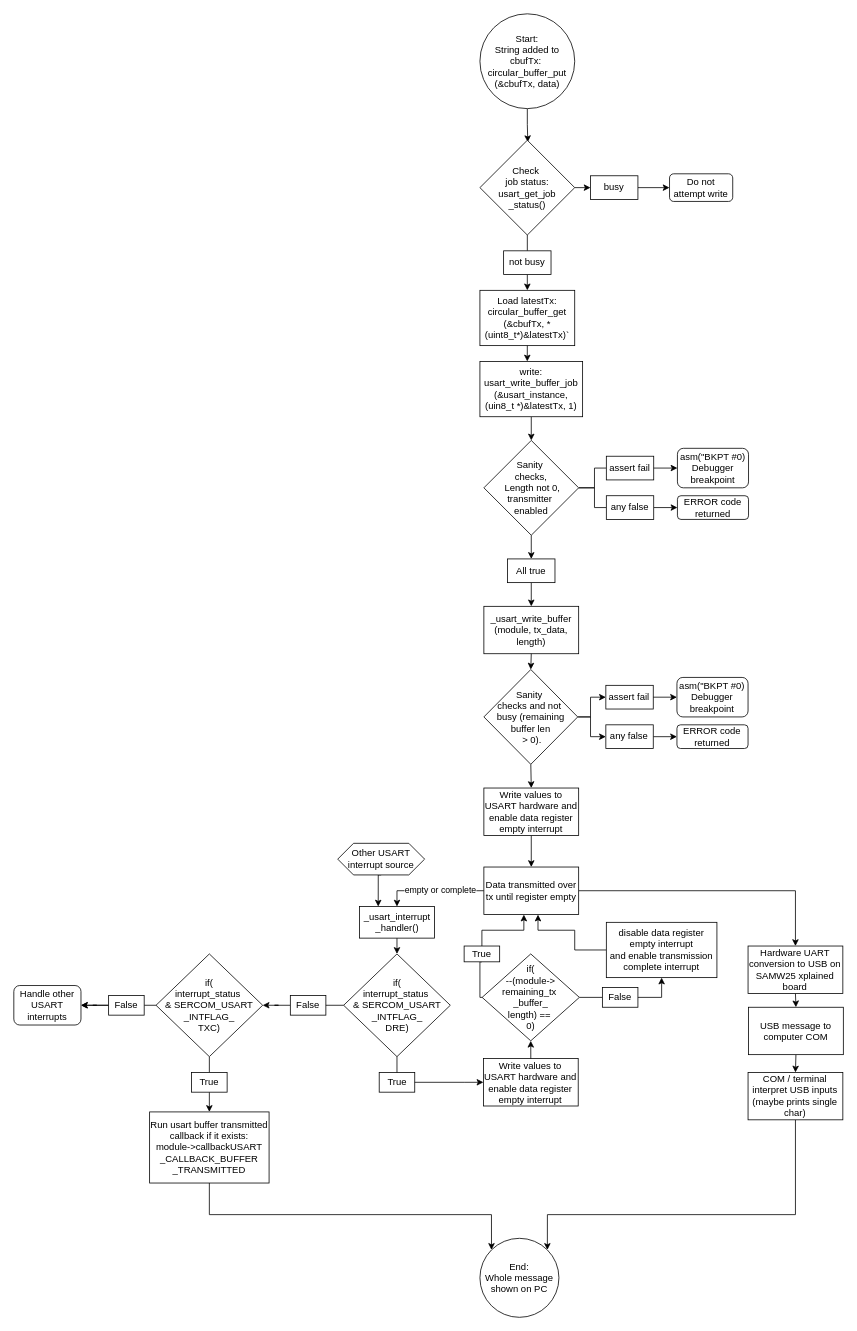
This is page "q8" (2 of 2) of 5160_A07G.drawio from ese5160/final-project-a07g-a14g-t09-shorts-sparks, a draw.io file, before an edit. Source tidied: cells renumbered, new cells numbered last; positions are measured from the earlier drawing's top-left corner, leaving out a move shared by most shapes. Both pictures are drawn from the tidied source at 79%, with x=0, y=0 at pixel (13, 13).
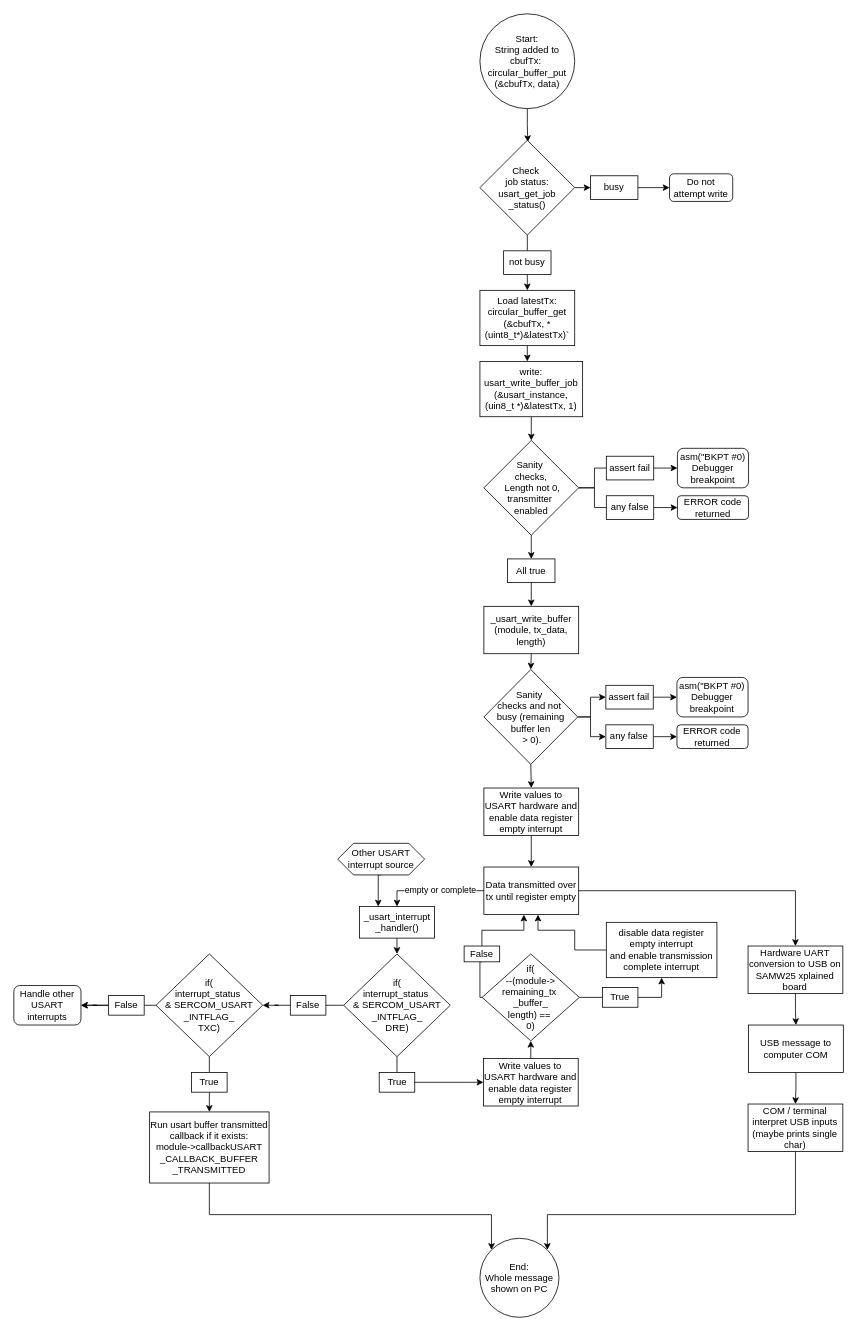
The same diagram, later.

Change to the diagram source:
```diff
@@
     <mxCell id="18" value="USB message to computer COM" style="rounded=0;whiteSpace=wrap;html=1;" parent="1" vertex="1">
-      <mxGeometry x="930" y="1257.5" width="120" height="60" as="geometry" />
+      <mxGeometry x="930" y="1280" width="120" height="60" as="geometry" />
     </mxCell>
@@
     <mxCell id="20" value="COM / terminal interpret USB inputs&lt;div&gt;(maybe prints single char)&lt;/div&gt;" style="rounded=0;whiteSpace=wrap;html=1;" parent="1" vertex="1">
-      <mxGeometry x="929.4" y="1340" width="120" height="60" as="geometry" />
+      <mxGeometry x="929.4" y="1380" width="120" height="60" as="geometry" />
     </mxCell>
@@
-    <mxCell id="69" value="True" style="rounded=0;whiteSpace=wrap;html=1;" parent="1" vertex="1">
+    <mxCell id="69" value="False" style="rounded=0;whiteSpace=wrap;html=1;" parent="1" vertex="1">
       <mxGeometry x="570" y="1180" width="45" height="20" as="geometry" />
     </mxCell>
-    <mxCell id="70" value="False" style="rounded=0;whiteSpace=wrap;html=1;" parent="1" vertex="1">
+    <mxCell id="70" value="True" style="rounded=0;whiteSpace=wrap;html=1;" parent="1" vertex="1">
       <mxGeometry x="745" y="1232.5" width="45" height="25" as="geometry" />
     </mxCell>
```
